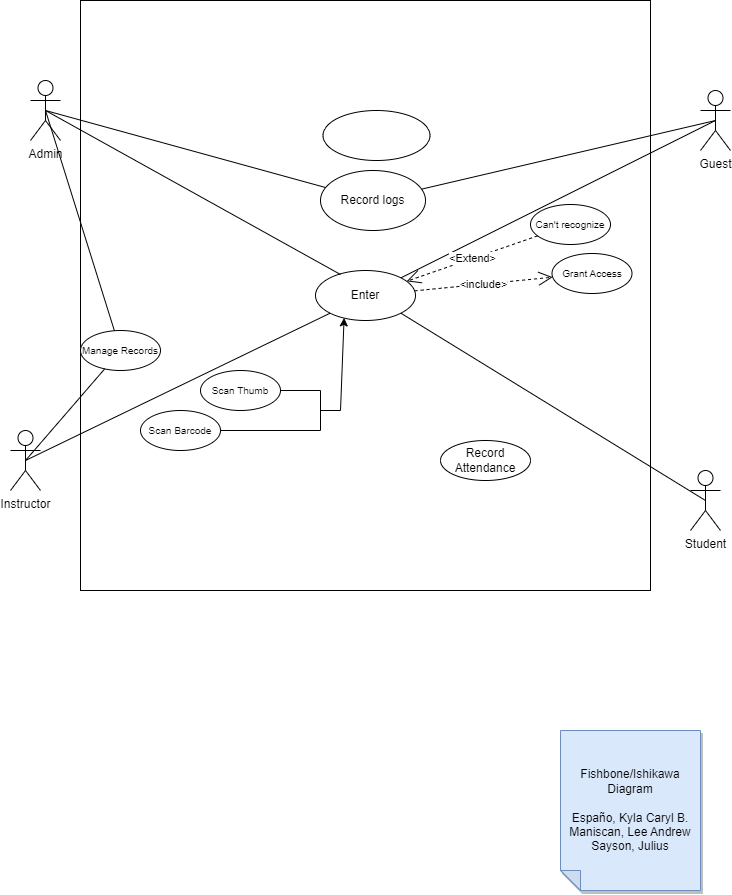
The draw.io diagram UseCaseDiagram.drawio.png in kaisunoo/Acads, before a commit. Source tidied: cells renumbered, new cells last; positions are measured from the earlier drawing's top-left corner, leaving out a move shared by most shapes.
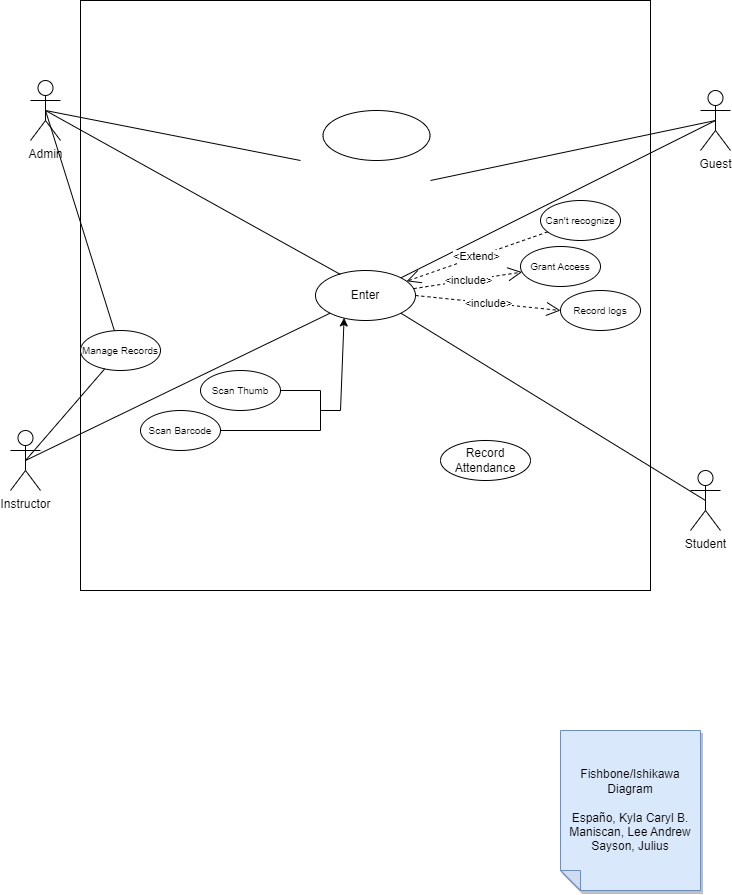
The same file after the commit.

Diff of the diagram source:
```diff
@@ -65,17 +65,21 @@
     <mxCell id="18" value="Record Attendance" style="ellipse;whiteSpace=wrap;html=1;" parent="1" vertex="1">
       <mxGeometry x="430" y="440" width="90" height="40" as="geometry" />
     </mxCell>
-    <mxCell id="19" value="Record logs" style="ellipse;whiteSpace=wrap;html=1;" parent="1" vertex="1">
-      <mxGeometry x="310" y="170" width="105" height="60" as="geometry" />
+    <mxCell id="19" value="Record logs" style="ellipse;whiteSpace=wrap;html=1;fontSize=10;" parent="1" vertex="1">
+      <mxGeometry x="550" y="290" width="80" height="40" as="geometry" />
     </mxCell>
-    <mxCell id="20" style="endArrow=none;html=1;rounded=0;exitX=0.5;exitY=0.5;exitDx=0;exitDy=0;exitPerimeter=0;" parent="1" edge="1" source="4" target="19">
-      <mxGeometry relative="1" as="geometry" />
+    <mxCell id="20" style="endArrow=none;html=1;rounded=0;exitX=0.5;exitY=0.5;exitDx=0;exitDy=0;exitPerimeter=0;" parent="1" edge="1" source="4">
+      <mxGeometry relative="1" as="geometry">
+        <mxPoint x="290" y="160" as="targetPoint" />
+      </mxGeometry>
     </mxCell>
-    <mxCell id="21" style="endArrow=none;html=1;rounded=0;entryX=0.5;entryY=0.5;entryDx=0;entryDy=0;entryPerimeter=0;" parent="1" edge="1" source="19" target="6">
-      <mxGeometry relative="1" as="geometry" />
+    <mxCell id="21" style="endArrow=none;html=1;rounded=0;entryX=0.5;entryY=0.5;entryDx=0;entryDy=0;entryPerimeter=0;" parent="1" edge="1" target="6">
+      <mxGeometry relative="1" as="geometry">
+        <mxPoint x="420" y="180" as="sourcePoint" />
+      </mxGeometry>
     </mxCell>
     <mxCell id="22" value="&lt;font style=&quot;font-size: 10px;&quot;&gt;Can't recognize&lt;/font&gt;" style="ellipse;whiteSpace=wrap;html=1;" parent="1" vertex="1">
-      <mxGeometry x="520" y="204" width="80" height="40" as="geometry" />
+      <mxGeometry x="530" y="200" width="80" height="40" as="geometry" />
     </mxCell>
     <mxCell id="23" value="&amp;lt;Extend&amp;gt;" style="endArrow=open;endSize=12;dashed=1;html=1;rounded=0;" parent="1" edge="1" source="22" target="7">
       <mxGeometry relative="1" as="geometry" />
@@ -93,7 +97,7 @@
       <mxGeometry relative="1" as="geometry" />
     </mxCell>
     <mxCell id="28" value="&lt;font style=&quot;font-size: 10px;&quot;&gt;Grant Access&lt;/font&gt;" style="ellipse;whiteSpace=wrap;html=1;" parent="1" vertex="1">
-      <mxGeometry x="541.5" y="253" width="80" height="40" as="geometry" />
+      <mxGeometry x="510" y="246" width="80" height="40" as="geometry" />
     </mxCell>
     <mxCell id="29" value="&amp;lt;include&amp;gt;" style="endArrow=open;endSize=12;dashed=1;html=1;rounded=0;" parent="1" edge="1" source="7" target="28">
       <mxGeometry relative="1" as="geometry" />
@@ -101,5 +105,8 @@
     <mxCell id="30" value="Fishbone/Ishikawa Diagram&lt;br&gt;&lt;br&gt;Españo, Kyla Caryl B.&lt;br&gt;Maniscan, Lee Andrew&lt;br&gt;Sayson, Julius" style="shape=note;whiteSpace=wrap;html=1;backgroundOutline=1;darkOpacity=0.05;fillColor=#dae8fc;strokeColor=#6c8ebf;fillStyle=solid;direction=west;gradientDirection=north;shadow=1;size=20;" parent="1" vertex="1">
       <mxGeometry x="550" y="730" width="140" height="160" as="geometry" />
     </mxCell>
+    <mxCell id="31" value="&amp;lt;include&amp;gt;" style="endArrow=open;endSize=12;dashed=1;html=1;rounded=0;entryX=0;entryY=0.5;entryDx=0;entryDy=0;exitX=1;exitY=0.5;exitDx=0;exitDy=0;" parent="1" edge="1" source="7" target="19">
+      <mxGeometry relative="1" as="geometry" />
+    </mxCell>
   </root>
 </mxGraphModel>
```
